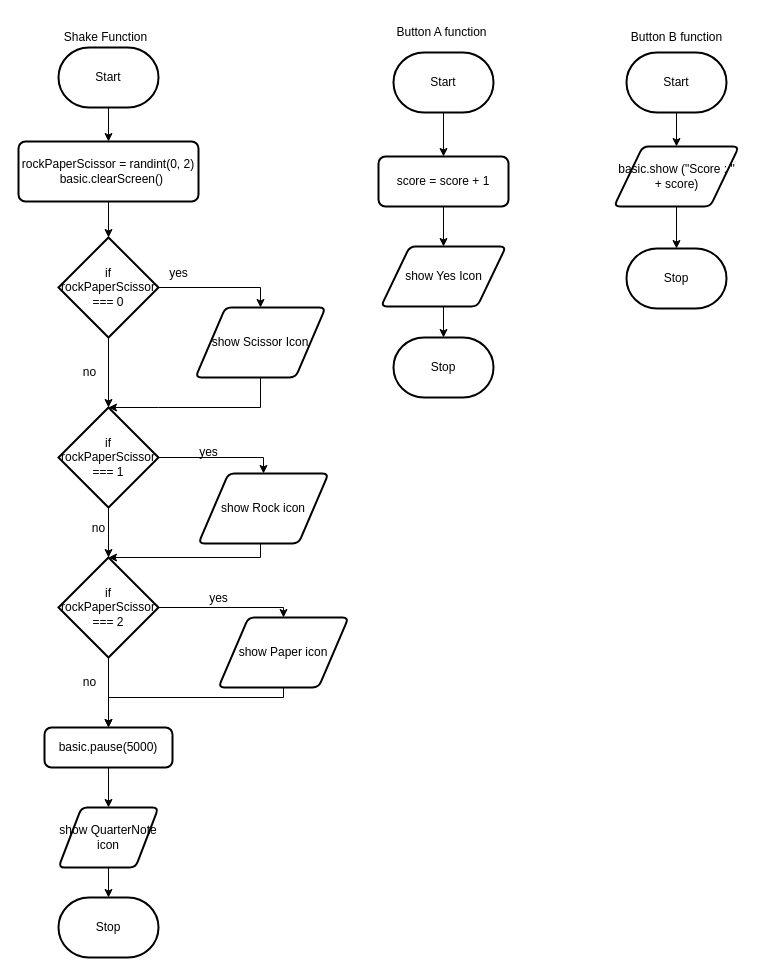
Earlier version of the draw.io diagram design/flowchart.drawio (MTHS-TEJ2O-1-2023/TEJ2O-Unit-2-09-Liya-Getachew). Source tidied: cells renumbered, new cells numbered last; positions are measured from the earlier drawing's top-left corner, leaving out a move shared by most shapes. Both pictures are drawn from the tidied source at 100%, with x=0, y=0 at pixel (18, 17).
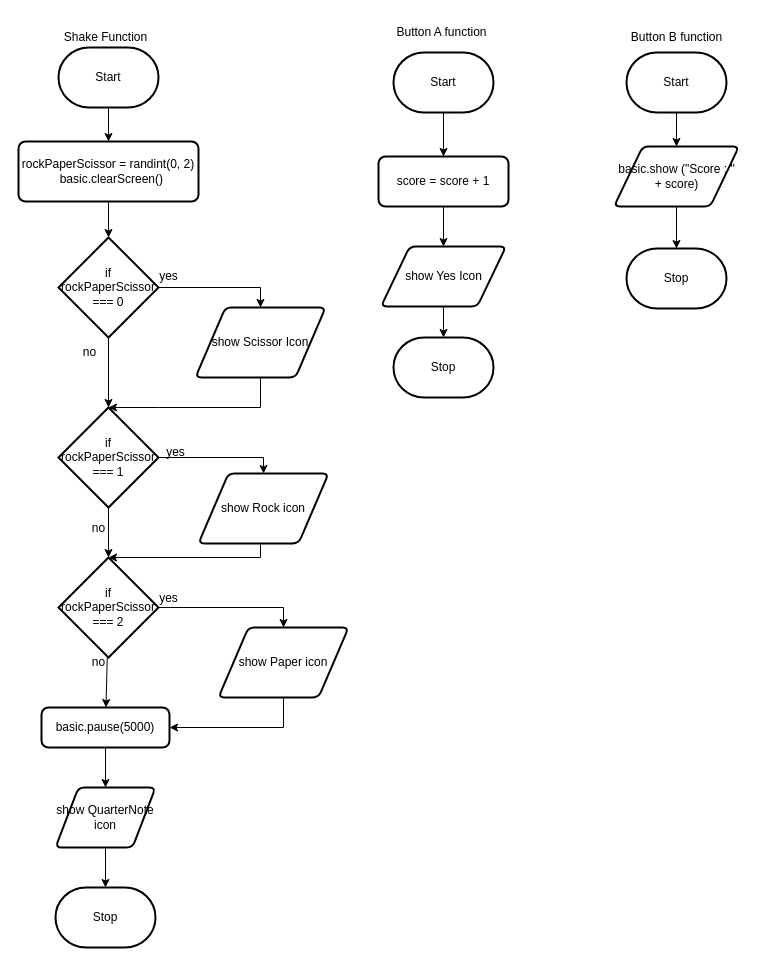
The same diagram, later.

Change to the diagram source:
```diff
@@
     <mxCell id="30" value="yes" style="text;html=1;align=center;verticalAlign=middle;strokeColor=none;fillColor=none;" parent="1" vertex="1">
-      <mxGeometry x="140" y="241" width="40" height="30" as="geometry" />
+      <mxGeometry x="130" y="244" width="40" height="30" as="geometry" />
     </mxCell>
     <mxCell id="31" value="no" style="text;html=1;align=center;verticalAlign=middle;strokeColor=none;fillColor=none;" parent="1" vertex="1">
-      <mxGeometry x="51" y="340" width="40" height="30" as="geometry" />
+      <mxGeometry x="51" y="320" width="40" height="30" as="geometry" />
     </mxCell>
@@
-    <mxCell id="34" style="edgeStyle=orthogonalEdgeStyle;html=1;entryX=0.5;entryY=0;entryDx=0;entryDy=0;fontFamily=Helvetica;fontSize=12;fontColor=default;rounded=0;" parent="1" edge="1" source="35" target="43">
+    <mxCell id="34" style="edgeStyle=orthogonalEdgeStyle;html=1;entryX=1;entryY=0.5;entryDx=0;entryDy=0;fontFamily=Helvetica;fontSize=12;fontColor=default;rounded=0;" parent="1" edge="1" source="35" target="43">
       <mxGeometry relative="1" as="geometry">
         <Array as="points">
-          <mxPoint x="90" y="680" />
+          <mxPoint x="265" y="710" />
         </Array>
       </mxGeometry>
     </mxCell>
     <mxCell id="35" value="show Paper icon" style="shape=parallelogram;html=1;strokeWidth=2;perimeter=parallelogramPerimeter;whiteSpace=wrap;rounded=1;arcSize=12;size=0.23;" parent="1" vertex="1">
-      <mxGeometry x="200" y="600" width="130" height="70" as="geometry" />
+      <mxGeometry x="200" y="610" width="130" height="70" as="geometry" />
     </mxCell>
@@
     <mxCell id="37" value="&lt;div&gt;&lt;span style=&quot;background-color: initial;&quot;&gt;show QuarterNote icon&lt;/span&gt;&lt;br&gt;&lt;/div&gt;" style="shape=parallelogram;html=1;strokeWidth=2;perimeter=parallelogramPerimeter;whiteSpace=wrap;rounded=1;arcSize=12;size=0.23;" parent="1" vertex="1">
-      <mxGeometry x="40" y="790" width="100" height="60" as="geometry" />
+      <mxGeometry x="37" y="770" width="100" height="60" as="geometry" />
     </mxCell>
     <mxCell id="38" value="yes" style="text;html=1;align=center;verticalAlign=middle;strokeColor=none;fillColor=none;" parent="1" vertex="1">
-      <mxGeometry x="170" y="420" width="40" height="30" as="geometry" />
+      <mxGeometry x="137" y="420" width="40" height="30" as="geometry" />
     </mxCell>
     <mxCell id="39" value="yes" style="text;html=1;align=center;verticalAlign=middle;strokeColor=none;fillColor=none;" parent="1" vertex="1">
-      <mxGeometry x="180" y="566" width="40" height="30" as="geometry" />
+      <mxGeometry x="130" y="566" width="40" height="30" as="geometry" />
     </mxCell>
@@
     <mxCell id="41" value="no" style="text;html=1;align=center;verticalAlign=middle;strokeColor=none;fillColor=none;" parent="1" vertex="1">
-      <mxGeometry x="51" y="650" width="40" height="30" as="geometry" />
+      <mxGeometry x="60" y="630" width="40" height="30" as="geometry" />
     </mxCell>
@@
     <mxCell id="43" value="basic.pause(5000)" style="rounded=1;whiteSpace=wrap;html=1;absoluteArcSize=1;arcSize=14;strokeWidth=2;" parent="1" vertex="1">
-      <mxGeometry x="26" y="710" width="128" height="40" as="geometry" />
+      <mxGeometry x="23" y="690" width="128" height="40" as="geometry" />
     </mxCell>
     <mxCell id="44" value="Stop" style="strokeWidth=2;html=1;shape=mxgraph.flowchart.terminator;whiteSpace=wrap;" parent="1" vertex="1">
-      <mxGeometry x="40" y="880" width="100" height="60" as="geometry" />
+      <mxGeometry x="37" y="870" width="100" height="60" as="geometry" />
     </mxCell>
```
